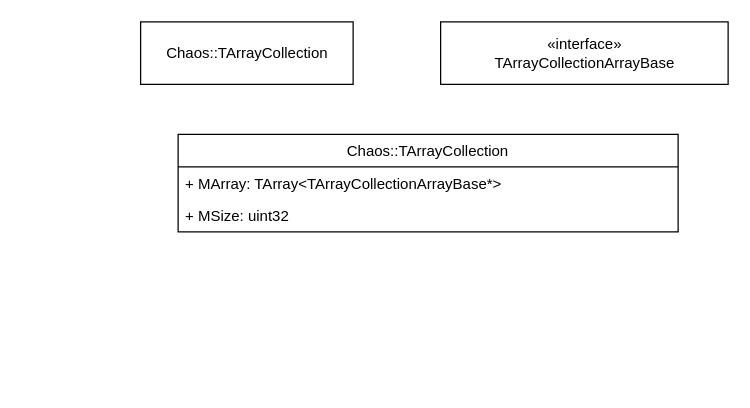
wxhaooo/UE4-Beginner-Guide keeps this draw.io diagram as ChaosDataStructure.drawio. Above is the earlier version. Source tidied: cells renumbered, new cells numbered last; positions are measured from the earlier drawing's top-left corner, leaving out a move shared by most shapes. Both pictures are drawn from the tidied source at 125%, with x=0, y=0 at pixel (140, 21).
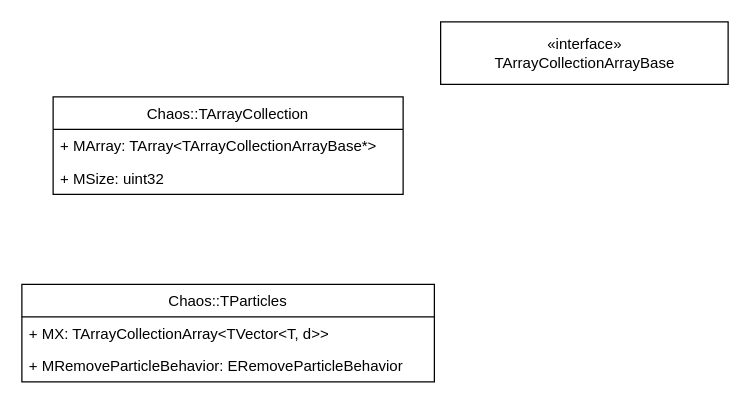
The same page after the edit.

Diff of the diagram source:
```diff
@@
 <mxGraphModel>
   <root>
     <mxCell id="0" />
     <mxCell id="1" parent="0" />
-    <mxCell id="2" value="Chaos::TArrayCollection" style="html=1;" parent="1" vertex="1">
-      <mxGeometry width="170" height="50" as="geometry" />
-    </mxCell>
     <mxCell id="3" value="«interface»&lt;br&gt;TArrayCollectionArrayBase" style="html=1;" parent="1" vertex="1">
       <mxGeometry x="240" width="230" height="50" as="geometry" />
     </mxCell>
     <mxCell id="4" value="Chaos::TArrayCollection" style="swimlane;fontStyle=0;horizontal=1;startSize=26;fillColor=none;" parent="1" vertex="1">
-      <mxGeometry x="30" y="90" width="400" height="78" as="geometry" />
+      <mxGeometry x="-70" y="60" width="280" height="78" as="geometry" />
     </mxCell>
     <mxCell id="5" value="+ MArray: TArray&lt;TArrayCollectionArrayBase*&gt; " style="text;strokeColor=none;fillColor=none;align=left;verticalAlign=top;spacingLeft=4;spacingRight=4;overflow=hidden;" parent="4" vertex="1">
-      <mxGeometry y="26" width="400" height="26" as="geometry" />
+      <mxGeometry y="26" width="280" height="26" as="geometry" />
     </mxCell>
     <mxCell id="6" value="+ MSize: uint32" style="text;strokeColor=none;fillColor=none;align=left;verticalAlign=top;spacingLeft=4;spacingRight=4;overflow=hidden;" parent="4" vertex="1">
-      <mxGeometry y="52" width="400" height="26" as="geometry" />
+      <mxGeometry y="52" width="280" height="26" as="geometry" />
     </mxCell>
+    <mxCell id="7" value="Chaos::TParticles" style="swimlane;fontStyle=0;horizontal=1;startSize=26;fillColor=none;" parent="1" vertex="1">
+      <mxGeometry x="-95" y="210" width="330" height="78" as="geometry" />
+    </mxCell>
+    <mxCell id="8" value="+ MX: TArrayCollectionArray&lt;TVector&lt;T, d&gt;&gt; " style="text;strokeColor=none;fillColor=none;align=left;verticalAlign=top;spacingLeft=4;spacingRight=4;overflow=hidden;" parent="7" vertex="1">
+      <mxGeometry y="26" width="330" height="26" as="geometry" />
+    </mxCell>
+    <mxCell id="9" value="+ MRemoveParticleBehavior: ERemoveParticleBehavior " style="text;strokeColor=none;fillColor=none;align=left;verticalAlign=top;spacingLeft=4;spacingRight=4;overflow=hidden;" parent="7" vertex="1">
+      <mxGeometry y="52" width="330" height="26" as="geometry" />
+    </mxCell>
   </root>
 </mxGraphModel>
```
